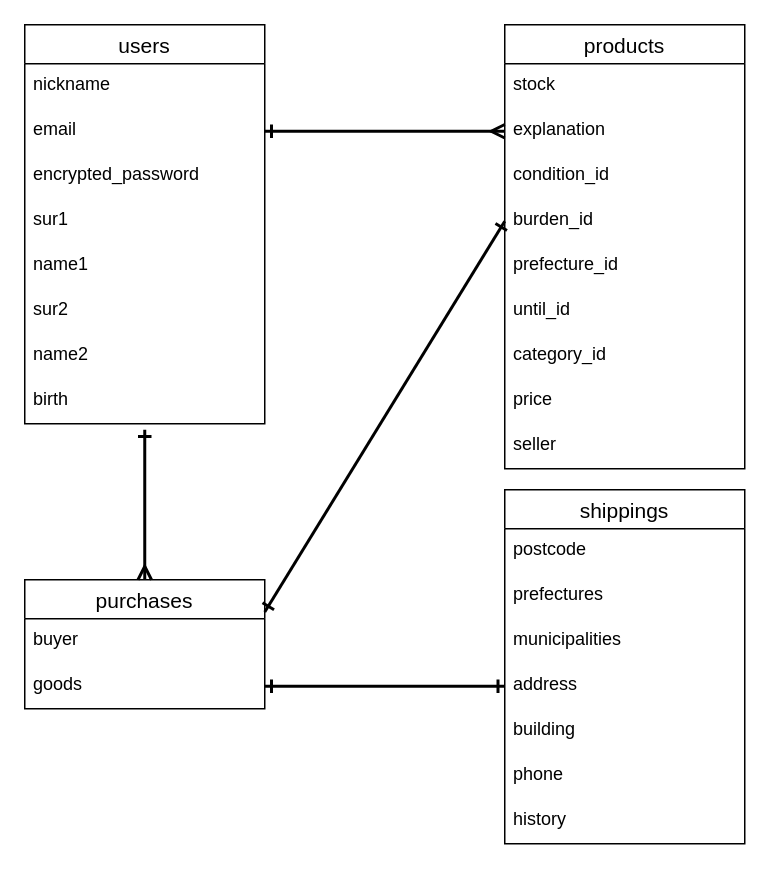
Before: ER.dio in toyoki7/furima-39614, a draw.io diagram. Source tidied: cells renumbered, new cells numbered last; positions are measured from the earlier drawing's top-left corner, leaving out a move shared by most shapes. Both pictures are drawn from the tidied source at 150%, with x=0, y=0 at pixel (24, 24).
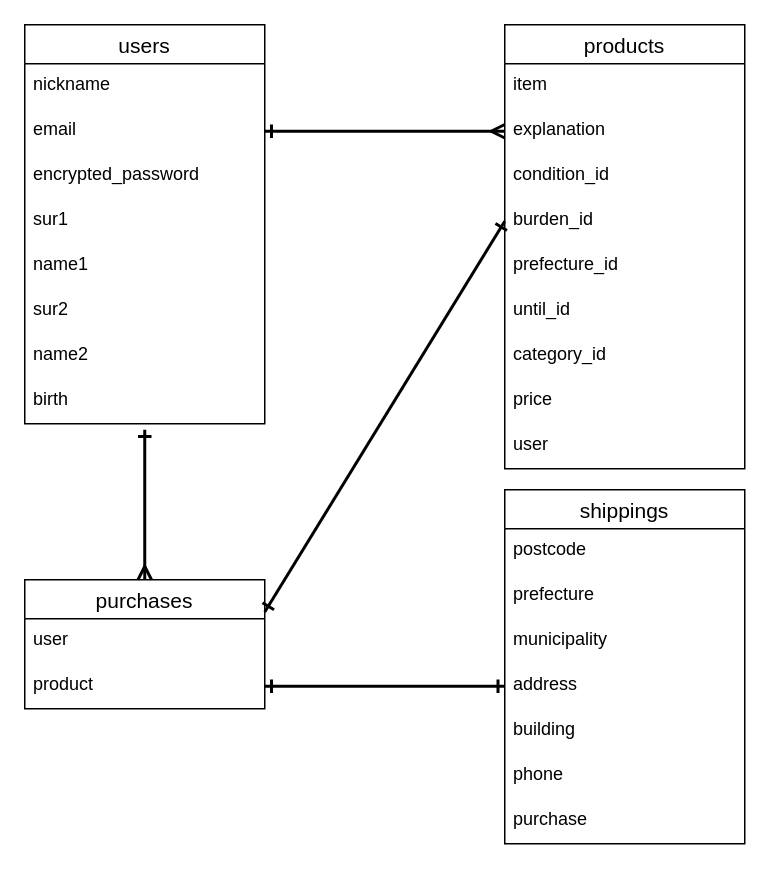
The same diagram, later.

Commit message (it also covers changes not shown here):
データベース設計5

Unchanged cells that the change refers to:
```xml
<mxCell id="2" value="products" style="swimlane;fontStyle=0;horizontal=1;startSize=26;align=center;fontSize=14;" parent="1" vertex="1">
  <mxGeometry x="320" width="160" height="296" as="geometry" />
</mxCell>
<mxCell id="21" value="purchases" style="swimlane;fontStyle=0;horizontal=1;startSize=26;align=center;fontSize=14;" parent="1" vertex="1">
  <mxGeometry y="370" width="160" height="86" as="geometry" />
</mxCell>
<mxCell id="24" value="shippings" style="swimlane;fontStyle=0;horizontal=1;startSize=26;align=center;fontSize=14;" parent="1" vertex="1">
  <mxGeometry x="320" y="310" width="160" height="236" as="geometry" />
</mxCell>
```

The edit, as a diff of the source:
```diff
@@
-    <mxCell id="3" value="stock" style="text;strokeColor=none;fillColor=none;spacingLeft=4;spacingRight=4;overflow=hidden;fontSize=12;" parent="2" vertex="1">
+    <mxCell id="3" value="item" style="text;strokeColor=none;fillColor=none;spacingLeft=4;spacingRight=4;overflow=hidden;fontSize=12;" parent="2" vertex="1">
       <mxGeometry y="26" width="160" height="30" as="geometry" />
     </mxCell>
@@
-    <mxCell id="11" value="seller" style="text;strokeColor=none;fillColor=none;spacingLeft=4;spacingRight=4;overflow=hidden;fontSize=12;" parent="2" vertex="1">
+    <mxCell id="11" value="user" style="text;strokeColor=none;fillColor=none;spacingLeft=4;spacingRight=4;overflow=hidden;fontSize=12;" parent="2" vertex="1">
       <mxGeometry y="266" width="160" height="30" as="geometry" />
     </mxCell>
@@
-    <mxCell id="22" value="buyer" style="text;strokeColor=none;fillColor=none;spacingLeft=4;spacingRight=4;overflow=hidden;fontSize=12;" parent="21" vertex="1">
+    <mxCell id="22" value="user" style="text;strokeColor=none;fillColor=none;spacingLeft=4;spacingRight=4;overflow=hidden;fontSize=12;" parent="21" vertex="1">
       <mxGeometry y="26" width="160" height="30" as="geometry" />
     </mxCell>
-    <mxCell id="23" value="goods" style="text;strokeColor=none;fillColor=none;spacingLeft=4;spacingRight=4;overflow=hidden;points=[[0,0.5],[1,0.5]];portConstraint=eastwest;fontSize=12;" parent="21" vertex="1">
+    <mxCell id="23" value="product" style="text;strokeColor=none;fillColor=none;spacingLeft=4;spacingRight=4;overflow=hidden;points=[[0,0.5],[1,0.5]];portConstraint=eastwest;fontSize=12;" parent="21" vertex="1">
       <mxGeometry y="56" width="160" height="30" as="geometry" />
     </mxCell>
@@
-    <mxCell id="26" value="prefectures" style="text;strokeColor=none;fillColor=none;spacingLeft=4;spacingRight=4;overflow=hidden;fontSize=12;" parent="24" vertex="1">
+    <mxCell id="26" value="prefecture" style="text;strokeColor=none;fillColor=none;spacingLeft=4;spacingRight=4;overflow=hidden;fontSize=12;" parent="24" vertex="1">
       <mxGeometry y="56" width="160" height="30" as="geometry" />
     </mxCell>
-    <mxCell id="27" value="municipalities" style="text;strokeColor=none;fillColor=none;spacingLeft=4;spacingRight=4;overflow=hidden;fontSize=12;" parent="24" vertex="1">
+    <mxCell id="27" value="municipality" style="text;strokeColor=none;fillColor=none;spacingLeft=4;spacingRight=4;overflow=hidden;fontSize=12;" parent="24" vertex="1">
       <mxGeometry y="86" width="160" height="30" as="geometry" />
     </mxCell>
@@
-    <mxCell id="31" value="history" style="text;strokeColor=none;fillColor=none;spacingLeft=4;spacingRight=4;overflow=hidden;fontSize=12;" parent="24" vertex="1">
+    <mxCell id="31" value="purchase" style="text;strokeColor=none;fillColor=none;spacingLeft=4;spacingRight=4;overflow=hidden;fontSize=12;" parent="24" vertex="1">
       <mxGeometry y="206" width="160" height="30" as="geometry" />
     </mxCell>
```
